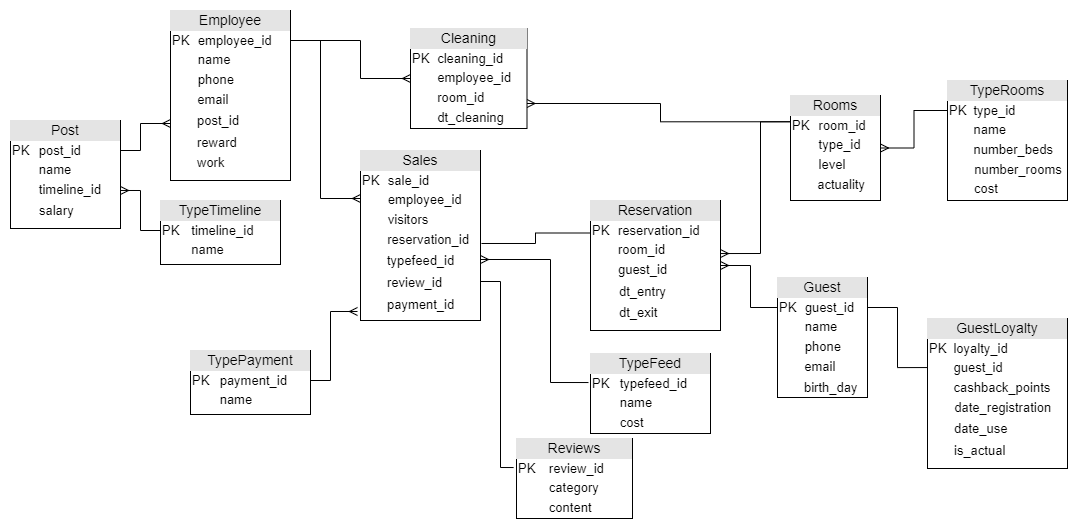
Above: wh_hotel.png in ReTT27/wh_hotel_shevaykov_ivan (draw.io), before the change. Source tidied: cells renumbered, new cells last; positions are measured from the earlier drawing's top-left corner, leaving out a move shared by most shapes.
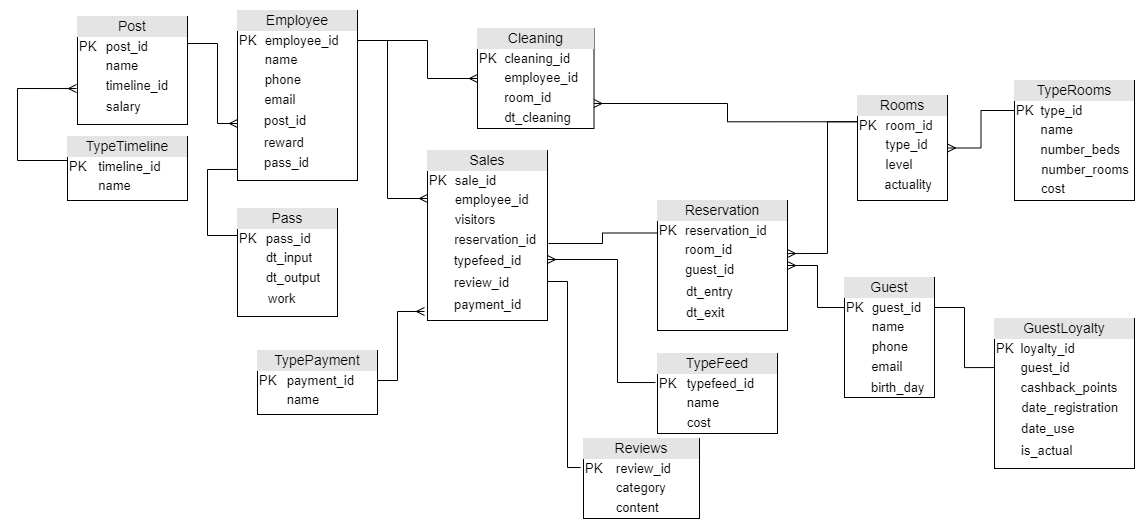
Later version of the same file.

Change to the diagram source:
```diff
@@ -3,7 +3,7 @@
     <mxCell id="0" />
     <mxCell id="1" parent="0" />
     <mxCell id="2" value="&lt;div style=&quot;text-align: center; box-sizing: border-box; width: 100%; background: rgb(228, 228, 228); padding: 2px;&quot;&gt;&lt;font style=&quot;font-size: 14px;&quot;&gt;Post&lt;/font&gt;&lt;/div&gt;&lt;table style=&quot;width: 100%; font-size: 13px;&quot; cellpadding=&quot;2&quot; cellspacing=&quot;0&quot;&gt;&lt;tbody&gt;&lt;tr&gt;&lt;td&gt;PK&lt;/td&gt;&lt;td style=&quot;&quot;&gt;post_id&lt;/td&gt;&lt;/tr&gt;&lt;tr&gt;&lt;td&gt;&lt;br&gt;&lt;/td&gt;&lt;td&gt;name&lt;/td&gt;&lt;/tr&gt;&lt;tr&gt;&lt;td&gt;&lt;/td&gt;&lt;td&gt;timeline_id&lt;br&gt;&lt;/td&gt;&lt;/tr&gt;&lt;/tbody&gt;&lt;/table&gt;" style="verticalAlign=top;align=left;overflow=fill;html=1;" parent="1" vertex="1">
-      <mxGeometry y="110" width="110" height="108" as="geometry" />
+      <mxGeometry y="6" width="110" height="108" as="geometry" />
     </mxCell>
     <mxCell id="3" value="&lt;div style=&quot;text-align: center; box-sizing: border-box; width: 100%; background: rgb(228, 228, 228); padding: 2px;&quot;&gt;&lt;font style=&quot;font-size: 14px;&quot;&gt;TypeFeed&lt;/font&gt;&lt;/div&gt;&lt;table style=&quot;width: 100%; font-size: 13px;&quot; cellpadding=&quot;2&quot; cellspacing=&quot;0&quot;&gt;&lt;tbody&gt;&lt;tr&gt;&lt;td&gt;PK&lt;/td&gt;&lt;td style=&quot;&quot;&gt;typefeed_id&lt;/td&gt;&lt;/tr&gt;&lt;tr&gt;&lt;td&gt;&lt;br&gt;&lt;/td&gt;&lt;td&gt;name&lt;/td&gt;&lt;/tr&gt;&lt;tr&gt;&lt;td&gt;&lt;/td&gt;&lt;td&gt;cost&lt;br&gt;&lt;/td&gt;&lt;/tr&gt;&lt;/tbody&gt;&lt;/table&gt;" style="verticalAlign=top;align=left;overflow=fill;html=1;" parent="1" vertex="1">
       <mxGeometry x="580" y="343" width="120" height="80" as="geometry" />
@@ -119,9 +119,8 @@
       <mxGeometry relative="1" as="geometry">
         <mxPoint x="160" y="113" as="targetPoint" />
         <Array as="points">
-          <mxPoint x="110" y="140" />
-          <mxPoint x="130" y="140" />
-          <mxPoint x="130" y="113" />
+          <mxPoint x="140" y="33" />
+          <mxPoint x="140" y="113" />
         </Array>
       </mxGeometry>
     </mxCell>
@@ -164,22 +163,36 @@
       <mxGeometry x="603" y="288" width="106" height="26" as="geometry" />
     </mxCell>
     <mxCell id="37" value="salary" style="text;strokeColor=none;fillColor=none;align=left;verticalAlign=top;spacingLeft=4;spacingRight=4;overflow=hidden;fontSize=13;" parent="1" vertex="1">
-      <mxGeometry x="23" y="186" width="85" height="26" as="geometry" />
+      <mxGeometry x="23" y="82" width="85" height="26" as="geometry" />
     </mxCell>
     <mxCell id="38" value="&lt;div style=&quot;text-align: center; box-sizing: border-box; width: 100%; background: rgb(228, 228, 228); padding: 2px;&quot;&gt;&lt;font style=&quot;font-size: 14px;&quot;&gt;TypeTimeline&lt;/font&gt;&lt;/div&gt;&lt;table style=&quot;width: 100%; font-size: 13px;&quot; cellpadding=&quot;2&quot; cellspacing=&quot;0&quot;&gt;&lt;tbody&gt;&lt;tr&gt;&lt;td&gt;PK&lt;/td&gt;&lt;td style=&quot;&quot;&gt;timeline_id&lt;br&gt;&lt;/td&gt;&lt;/tr&gt;&lt;tr&gt;&lt;td&gt;&lt;br&gt;&lt;/td&gt;&lt;td&gt;name&lt;/td&gt;&lt;/tr&gt;&lt;tr&gt;&lt;td&gt;&lt;/td&gt;&lt;td&gt;&lt;br&gt;&lt;/td&gt;&lt;/tr&gt;&lt;/tbody&gt;&lt;/table&gt;" style="verticalAlign=top;align=left;overflow=fill;html=1;" parent="1" vertex="1">
-      <mxGeometry x="150" y="190" width="120" height="64" as="geometry" />
+      <mxGeometry x="-10" y="126" width="120" height="64" as="geometry" />
     </mxCell>
-    <mxCell id="39" style="endArrow=none;html=1;rounded=0;fontSize=13;entryX=0;entryY=0.5;entryDx=0;entryDy=0;edgeStyle=orthogonalEdgeStyle;startArrow=ERmany;startFill=0;exitX=1;exitY=0.648;exitDx=0;exitDy=0;exitPerimeter=0;" parent="1" edge="1" source="2" target="38">
+    <mxCell id="39" style="endArrow=none;html=1;rounded=0;fontSize=13;edgeStyle=orthogonalEdgeStyle;startArrow=ERmany;startFill=0;exitX=-0.009;exitY=0.667;exitDx=0;exitDy=0;exitPerimeter=0;entryX=0;entryY=0.5;entryDx=0;entryDy=0;" parent="1" edge="1" source="2" target="38">
       <mxGeometry relative="1" as="geometry">
         <Array as="points">
-          <mxPoint x="130" y="180" />
-          <mxPoint x="130" y="220" />
-          <mxPoint x="150" y="220" />
+          <mxPoint x="-60" y="78" />
+          <mxPoint x="-60" y="150" />
+          <mxPoint x="-10" y="150" />
         </Array>
       </mxGeometry>
     </mxCell>
-    <mxCell id="40" value="work" style="text;strokeColor=none;fillColor=none;align=left;verticalAlign=top;spacingLeft=4;spacingRight=4;overflow=hidden;fontSize=13;" parent="1" vertex="1">
+    <mxCell id="40" value="pass_id" style="text;strokeColor=none;fillColor=none;align=left;verticalAlign=top;spacingLeft=4;spacingRight=4;overflow=hidden;fontSize=13;" parent="1" vertex="1">
       <mxGeometry x="181" y="138" width="99" height="26" as="geometry" />
     </mxCell>
+    <mxCell id="41" style="endArrow=none;html=1;rounded=0;fontSize=13;exitX=0;exitY=0.935;exitDx=0;exitDy=0;edgeStyle=orthogonalEdgeStyle;exitPerimeter=0;entryX=0;entryY=0.25;entryDx=0;entryDy=0;" parent="1" edge="1" source="9" target="42">
+      <mxGeometry relative="1" as="geometry">
+        <Array as="points">
+          <mxPoint x="130" y="159" />
+          <mxPoint x="130" y="225" />
+        </Array>
+      </mxGeometry>
+    </mxCell>
+    <mxCell id="42" value="&lt;div style=&quot;text-align: center; box-sizing: border-box; width: 100%; background: rgb(228, 228, 228); padding: 2px;&quot;&gt;&lt;font style=&quot;font-size: 14px;&quot;&gt;Pass&lt;/font&gt;&lt;/div&gt;&lt;table style=&quot;width: 100%; font-size: 13px;&quot; cellpadding=&quot;2&quot; cellspacing=&quot;0&quot;&gt;&lt;tbody&gt;&lt;tr&gt;&lt;td&gt;PK&lt;/td&gt;&lt;td style=&quot;&quot;&gt;pass_id&lt;/td&gt;&lt;/tr&gt;&lt;tr&gt;&lt;td&gt;&lt;br&gt;&lt;/td&gt;&lt;td&gt;dt_input&lt;/td&gt;&lt;/tr&gt;&lt;tr&gt;&lt;td&gt;&lt;/td&gt;&lt;td&gt;dt_output&lt;br&gt;&lt;/td&gt;&lt;/tr&gt;&lt;/tbody&gt;&lt;/table&gt;" style="verticalAlign=top;align=left;overflow=fill;html=1;" parent="1" vertex="1">
+      <mxGeometry x="160" y="198" width="100" height="108" as="geometry" />
+    </mxCell>
+    <mxCell id="43" value="work" style="text;strokeColor=none;fillColor=none;align=left;verticalAlign=top;spacingLeft=4;spacingRight=4;overflow=hidden;fontSize=13;" parent="1" vertex="1">
+      <mxGeometry x="185" y="274" width="75" height="26" as="geometry" />
+    </mxCell>
   </root>
 </mxGraphModel>
```
